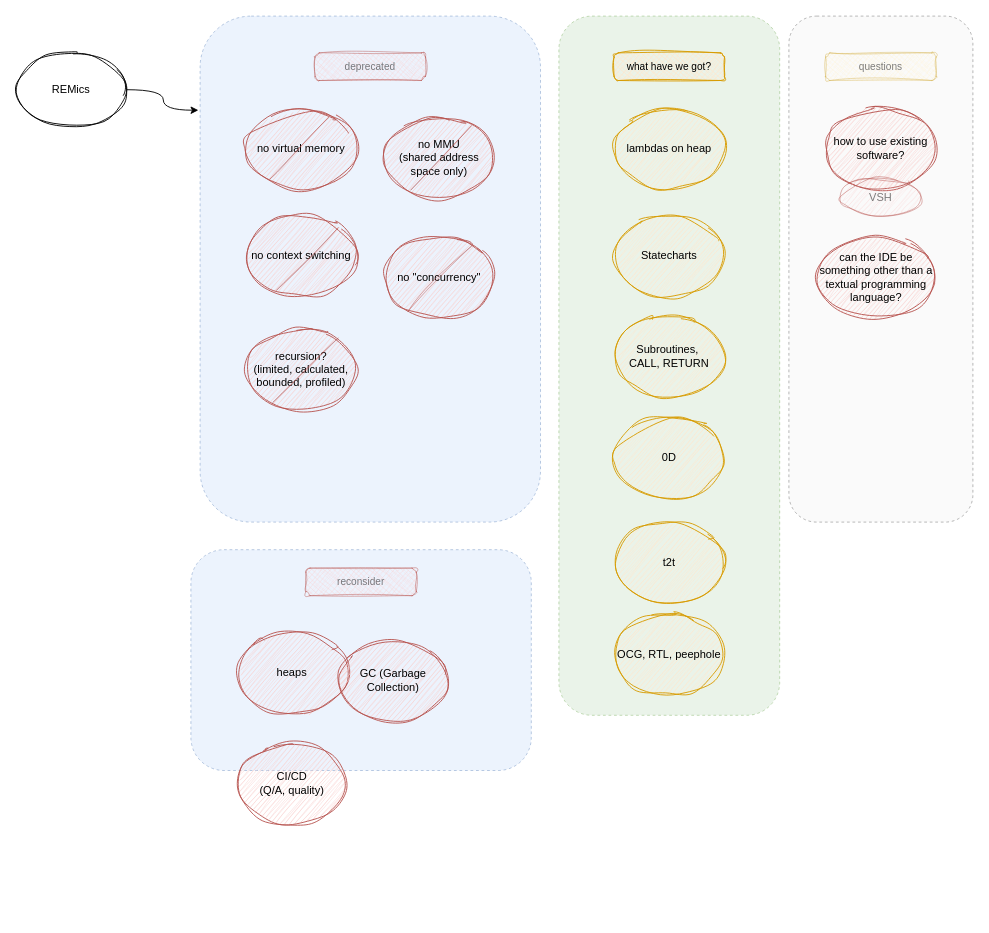
guitarvydas/rt keeps this draw.io diagram as page "REMics" (2 of 2) of rt todo.drawio. Above is the earlier version. Source tidied: cells renumbered, new cells numbered last; positions are measured from the earlier drawing's top-left corner, leaving out a move shared by most shapes. Both pictures are drawn from the tidied source at 92%, with x=0, y=0 at pixel (16, 16).
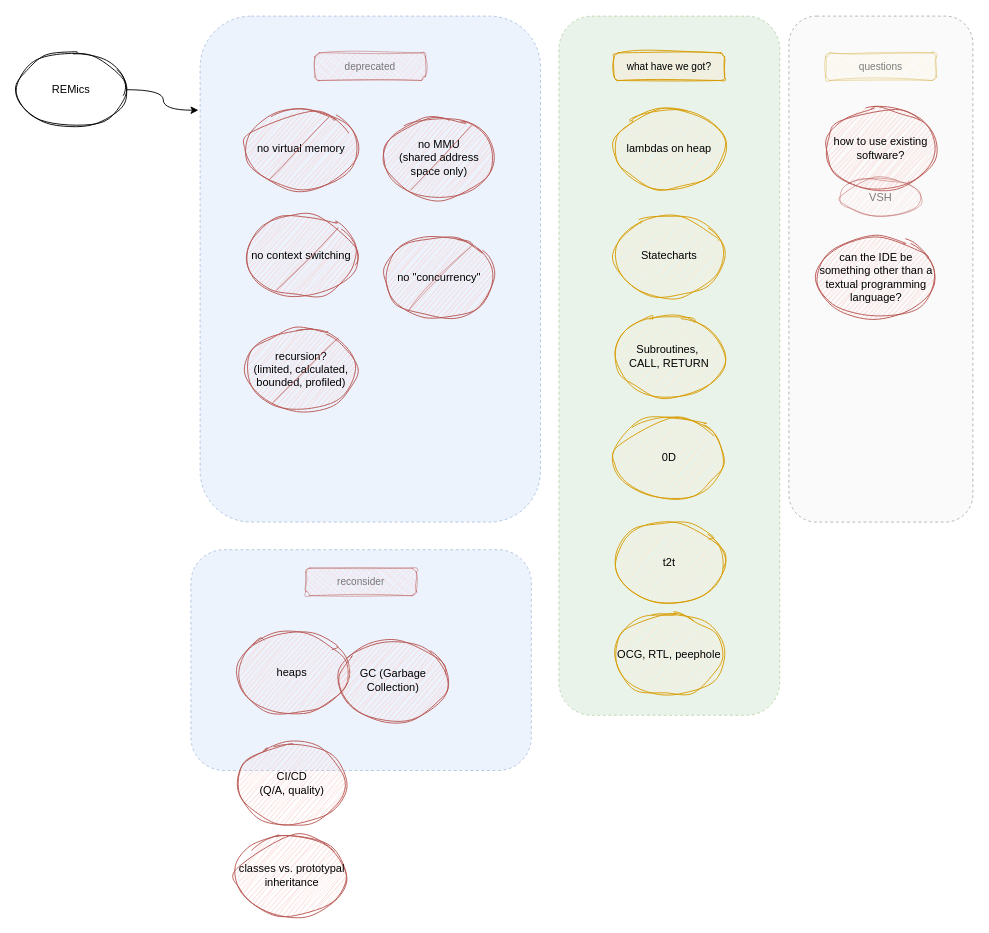
The same page after the edit.

Change to the diagram source:
```diff
@@
+    <mxCell id="34" value="classes vs. prototypal inheritance" style="ellipse;whiteSpace=wrap;html=1;sketch=1;curveFitting=1;jiggle=2;fillStyle=hachure;fillColor=#f8cecc;strokeColor=#b85450;labelBackgroundColor=none;" parent="1" vertex="1">
+      <mxGeometry x="240" y="890" width="120" height="88.2" as="geometry" />
+    </mxCell>
```
